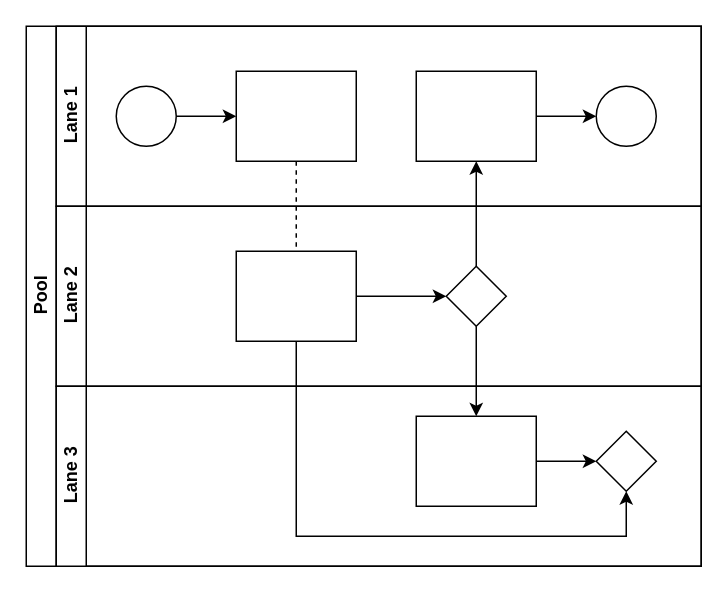
Before: Road Trip Buddy v1.drawio in jak1212/RoadTripBuddy, a draw.io diagram. Source tidied: cells renumbered, new cells numbered last; positions are measured from the earlier drawing's top-left corner, leaving out a move shared by most shapes. Both pictures are drawn from the tidied source at 150%, with x=0, y=0 at pixel (26, 26).
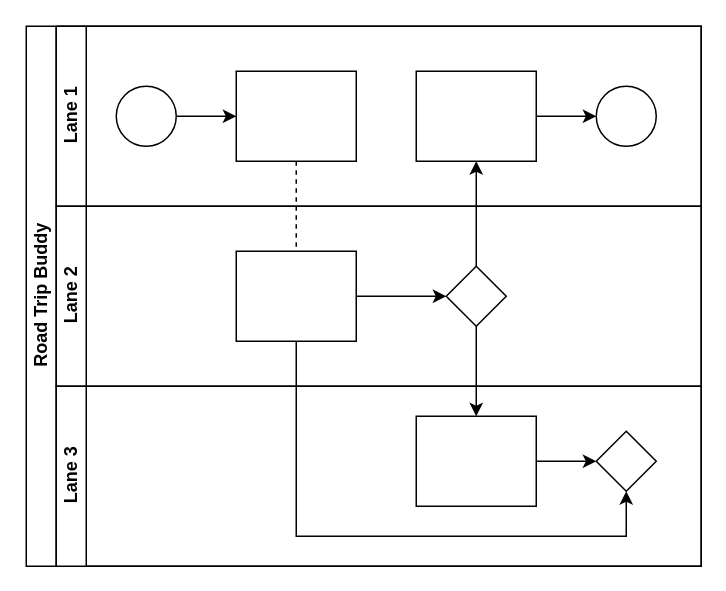
After the change.

Diff of the diagram source:
```diff
@@
-    <mxCell id="2" value="Pool" style="swimlane;html=1;horizontal=0;startSize=20;" parent="1" vertex="1">
+    <mxCell id="2" value="Road Trip Buddy" style="swimlane;html=1;horizontal=0;startSize=20;" parent="1" vertex="1">
       <mxGeometry width="450" height="360" as="geometry" />
     </mxCell>
```
